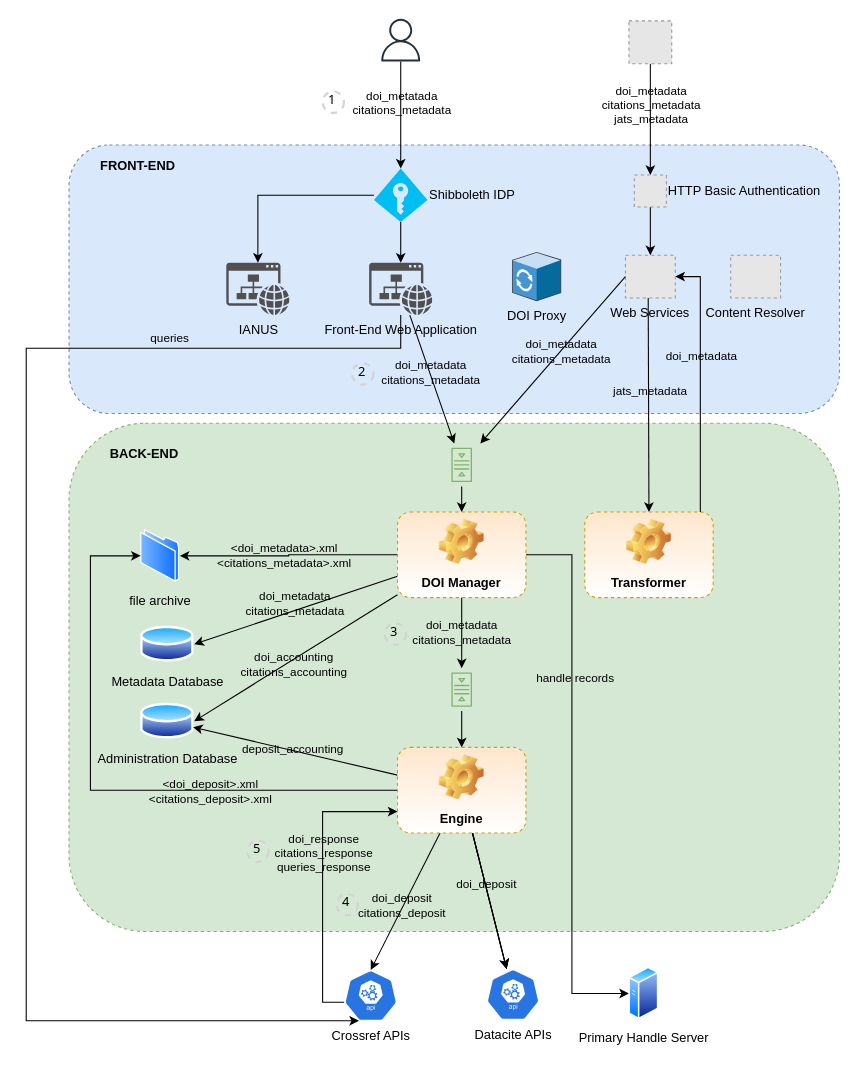
Above: op-functional-diagram.drawio in Ediser-mEDRA/OP-DOIRA (draw.io), before the change. Source tidied: cells renumbered, new cells numbered last; positions are measured from the earlier drawing's top-left corner, leaving out a move shared by most shapes. Both pictures are drawn from the tidied source at 107%, with x=0, y=0 at pixel (26, 18). Pictures stored in the file or linked from it are replaced by grey dashed boxes.
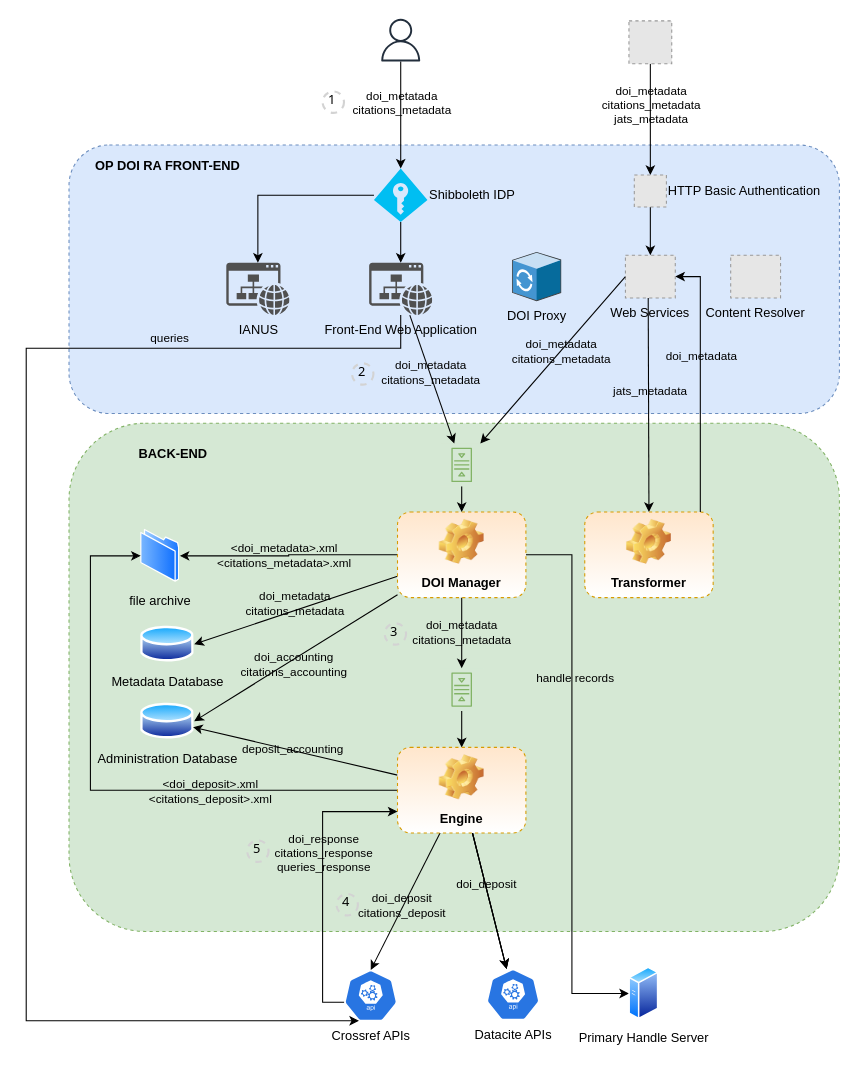
The same diagram, later.

Diff of the diagram source:
```diff
@@
-    <mxCell id="66" value="FRONT-END" style="text;html=1;align=center;verticalAlign=middle;strokeColor=none;fillColor=none;fontColor=#000000;fontStyle=1;" parent="1" vertex="1">
-      <mxGeometry x="58.5" y="128" width="90" height="20" as="geometry" />
+    <mxCell id="66" value="OP DOI RA FRONT-END" style="text;html=1;align=center;verticalAlign=middle;strokeColor=none;fillColor=none;fontColor=#000000;fontStyle=1;" parent="1" vertex="1">
+      <mxGeometry x="56.5" y="128" width="150" height="20" as="geometry" />
     </mxCell>
     <mxCell id="67" value="BACK-END" style="text;html=1;align=center;verticalAlign=middle;strokeColor=none;fillColor=none;fontColor=#000000;fontStyle=1;" parent="1" vertex="1">
-      <mxGeometry x="70" y="397" width="80" height="20" as="geometry" />
+      <mxGeometry x="96.5" y="397" width="80" height="20" as="geometry" />
     </mxCell>
```
